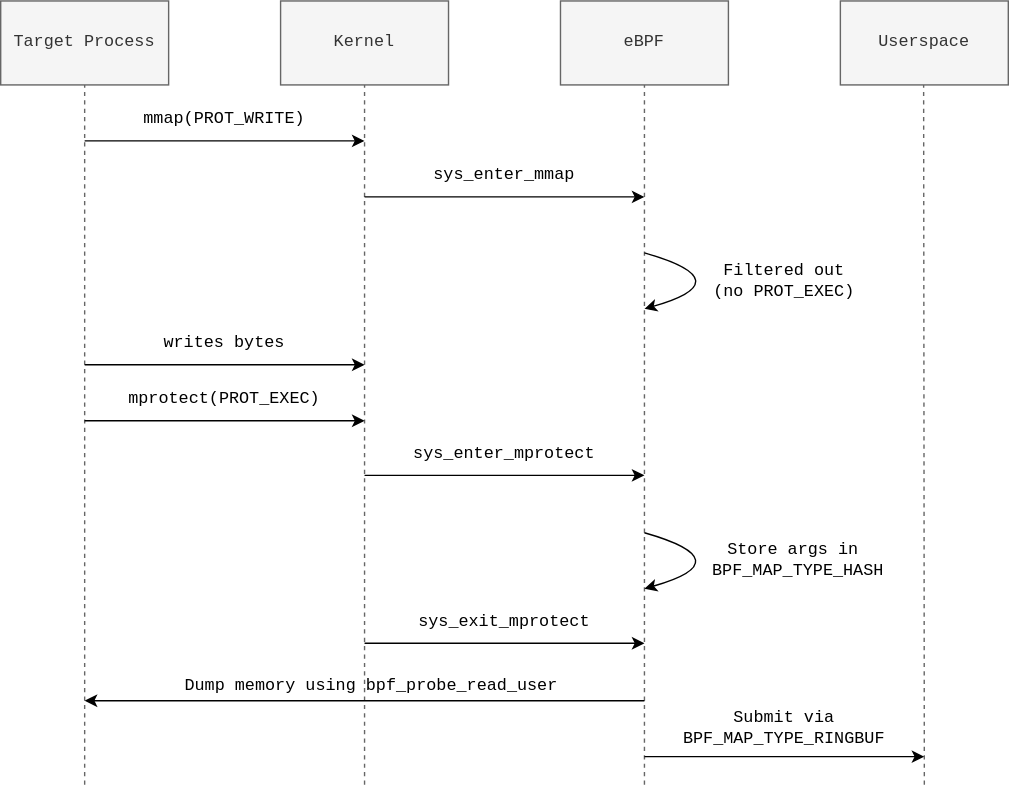
whoismz/emt keeps this draw.io diagram as docs/images/bpf.svg. Above is the earlier version. Source tidied: cells renumbered, new cells last; positions are measured from the earlier drawing's top-left corner, leaving out a move shared by most shapes.
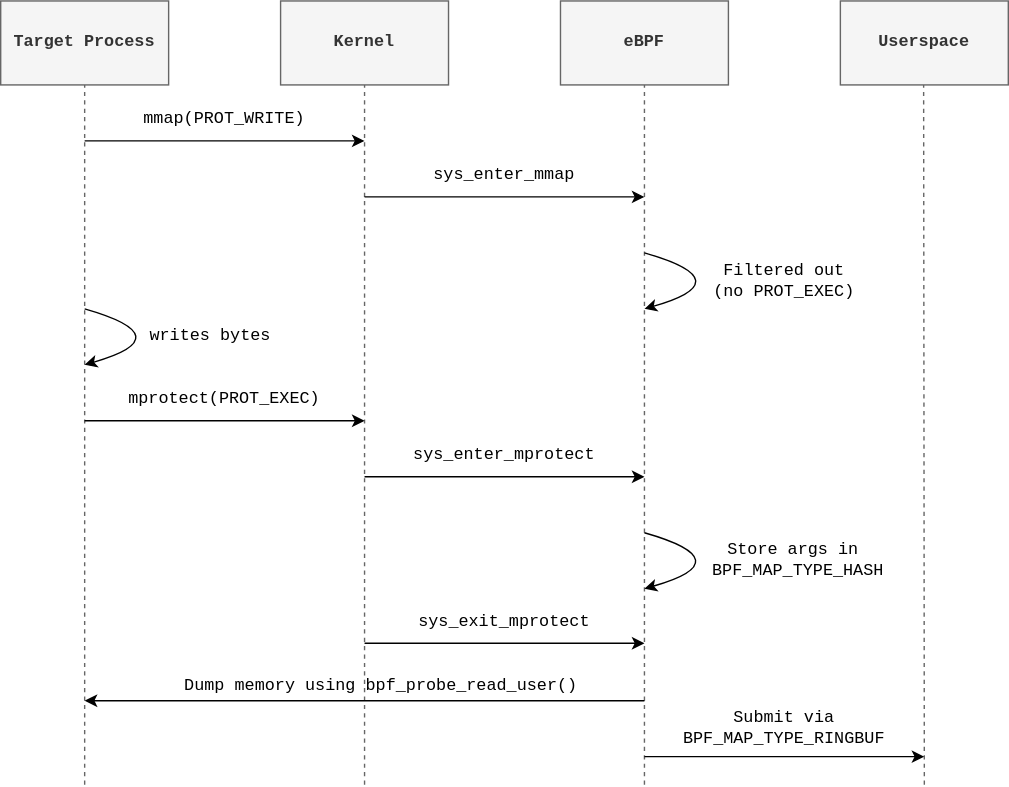
Later version of the same file.

Commit message:
docs: update bpf figure

Change to the diagram source:
```diff
@@ -2,7 +2,7 @@
   <root>
     <mxCell id="0" />
     <mxCell id="1" parent="0" />
-    <mxCell id="2" value="&lt;pre&gt;Target Process&lt;/pre&gt;" style="rounded=0;whiteSpace=wrap;html=1;fillColor=#f5f5f5;fontColor=#333333;strokeColor=#666666;" parent="1" vertex="1">
+    <mxCell id="2" value="&lt;pre&gt;&lt;b&gt;Target Process&lt;/b&gt;&lt;/pre&gt;" style="rounded=0;whiteSpace=wrap;html=1;fillColor=#f5f5f5;fontColor=#333333;strokeColor=#666666;" parent="1" vertex="1">
       <mxGeometry width="120" height="60" as="geometry" />
     </mxCell>
     <mxCell id="3" style="endArrow=none;html=1;rounded=0;entryX=0.5;entryY=1;entryDx=0;entryDy=0;fillColor=#f5f5f5;strokeColor=#666666;dashed=1;" parent="1" edge="1" target="2">
@@ -10,7 +10,7 @@
         <mxPoint x="60" y="560" as="sourcePoint" />
       </mxGeometry>
     </mxCell>
-    <mxCell id="4" value="&lt;pre&gt;Kernel&lt;/pre&gt;" style="rounded=0;whiteSpace=wrap;html=1;fillColor=#f5f5f5;fontColor=#333333;strokeColor=#666666;" parent="1" vertex="1">
+    <mxCell id="4" value="&lt;pre&gt;&lt;b&gt;Kernel&lt;/b&gt;&lt;/pre&gt;" style="rounded=0;whiteSpace=wrap;html=1;fillColor=#f5f5f5;fontColor=#333333;strokeColor=#666666;" parent="1" vertex="1">
       <mxGeometry x="200" width="120" height="60" as="geometry" />
     </mxCell>
     <mxCell id="5" style="endArrow=none;html=1;rounded=0;entryX=0.5;entryY=1;entryDx=0;entryDy=0;fillColor=#f5f5f5;strokeColor=#666666;dashed=1;" parent="1" edge="1" target="4">
@@ -18,7 +18,7 @@
         <mxPoint x="260" y="560" as="sourcePoint" />
       </mxGeometry>
     </mxCell>
-    <mxCell id="6" value="&lt;pre&gt;eBPF&lt;/pre&gt;" style="rounded=0;whiteSpace=wrap;html=1;fillColor=#f5f5f5;fontColor=#333333;strokeColor=#666666;" parent="1" vertex="1">
+    <mxCell id="6" value="&lt;pre&gt;&lt;b&gt;eBPF&lt;/b&gt;&lt;/pre&gt;" style="rounded=0;whiteSpace=wrap;html=1;fillColor=#f5f5f5;fontColor=#333333;strokeColor=#666666;" parent="1" vertex="1">
       <mxGeometry x="400" width="120" height="60" as="geometry" />
     </mxCell>
     <mxCell id="7" style="endArrow=none;html=1;rounded=0;entryX=0.5;entryY=1;entryDx=0;entryDy=0;fillColor=#f5f5f5;strokeColor=#666666;dashed=1;" parent="1" edge="1" target="6">
@@ -67,12 +67,12 @@
     </mxCell>
     <mxCell id="16" style="endArrow=classic;html=1;rounded=0;" parent="1" edge="1">
       <mxGeometry relative="1" as="geometry">
-        <mxPoint x="260" y="339" as="sourcePoint" />
-        <mxPoint x="460" y="339" as="targetPoint" />
+        <mxPoint x="260" y="340" as="sourcePoint" />
+        <mxPoint x="460" y="340" as="targetPoint" />
       </mxGeometry>
     </mxCell>
     <mxCell id="17" value="&lt;pre&gt;sys_enter_mprotect&lt;/pre&gt;" style="text;html=1;align=center;verticalAlign=middle;whiteSpace=wrap;rounded=0;" parent="1" vertex="1">
-      <mxGeometry x="300" y="309" width="120" height="30" as="geometry" />
+      <mxGeometry x="300" y="310" width="120" height="30" as="geometry" />
     </mxCell>
     <mxCell id="18" style="endArrow=classic;html=1;rounded=0;curved=1;" parent="1" edge="1">
       <mxGeometry relative="1" as="geometry">
@@ -95,7 +95,7 @@
     <mxCell id="21" value="&lt;pre&gt;sys_exit_mprotect&lt;/pre&gt;" style="text;html=1;align=center;verticalAlign=middle;whiteSpace=wrap;rounded=0;" parent="1" vertex="1">
       <mxGeometry x="300" y="429" width="120" height="30" as="geometry" />
     </mxCell>
-    <mxCell id="22" value="&lt;pre&gt;Userspace&lt;/pre&gt;" style="rounded=0;whiteSpace=wrap;html=1;fillColor=#f5f5f5;fontColor=#333333;strokeColor=#666666;" parent="1" vertex="1">
+    <mxCell id="22" value="&lt;pre&gt;&lt;b&gt;Userspace&lt;/b&gt;&lt;/pre&gt;" style="rounded=0;whiteSpace=wrap;html=1;fillColor=#f5f5f5;fontColor=#333333;strokeColor=#666666;" parent="1" vertex="1">
       <mxGeometry x="600" width="120" height="60" as="geometry" />
     </mxCell>
     <mxCell id="23" style="endArrow=none;html=1;rounded=0;entryX=0.5;entryY=1;entryDx=0;entryDy=0;fillColor=#f5f5f5;strokeColor=#666666;dashed=1;" parent="1" edge="1">
@@ -104,14 +104,8 @@
         <mxPoint x="659.5" y="60" as="targetPoint" />
       </mxGeometry>
     </mxCell>
-    <mxCell id="24" style="endArrow=classic;html=1;rounded=0;" parent="1" edge="1">
-      <mxGeometry relative="1" as="geometry">
-        <mxPoint x="60" y="260" as="sourcePoint" />
-        <mxPoint x="260" y="260" as="targetPoint" />
-      </mxGeometry>
-    </mxCell>
     <mxCell id="25" value="&lt;pre&gt;writes bytes&lt;/pre&gt;" style="text;html=1;align=center;verticalAlign=middle;whiteSpace=wrap;rounded=0;" parent="1" vertex="1">
-      <mxGeometry x="100" y="230" width="120" height="30" as="geometry" />
+      <mxGeometry x="90" y="220" width="120" height="40" as="geometry" />
     </mxCell>
     <mxCell id="26" value="&lt;pre&gt;Submit via&lt;br&gt;BPF_MAP_TYPE_RINGBUF&lt;/pre&gt;" style="text;html=1;align=center;verticalAlign=middle;whiteSpace=wrap;rounded=0;" parent="1" vertex="1">
       <mxGeometry x="480" y="500" width="160" height="40" as="geometry" />
@@ -122,8 +116,8 @@
         <mxPoint x="60" y="500" as="targetPoint" />
       </mxGeometry>
     </mxCell>
-    <mxCell id="28" value="&lt;pre&gt;Dump memory using bpf_probe_read_user&lt;/pre&gt;" style="text;html=1;align=center;verticalAlign=middle;whiteSpace=wrap;rounded=0;" parent="1" vertex="1">
-      <mxGeometry x="110" y="480" width="310" height="20" as="geometry" />
+    <mxCell id="28" value="&lt;pre&gt;Dump memory using bpf_probe_read_user()&lt;/pre&gt;" style="text;html=1;align=center;verticalAlign=middle;whiteSpace=wrap;rounded=0;" parent="1" vertex="1">
+      <mxGeometry x="117" y="480" width="310" height="20" as="geometry" />
     </mxCell>
     <mxCell id="29" style="endArrow=classic;html=1;rounded=0;" parent="1" edge="1">
       <mxGeometry relative="1" as="geometry">
@@ -131,5 +125,14 @@
         <mxPoint x="660" y="540" as="targetPoint" />
       </mxGeometry>
     </mxCell>
+    <mxCell id="30" style="endArrow=classic;html=1;rounded=0;curved=1;" parent="1" edge="1">
+      <mxGeometry relative="1" as="geometry">
+        <mxPoint x="60" y="220" as="sourcePoint" />
+        <mxPoint x="60" y="260" as="targetPoint" />
+        <Array as="points">
+          <mxPoint x="130" y="240" />
+        </Array>
+      </mxGeometry>
+    </mxCell>
   </root>
 </mxGraphModel>
```
